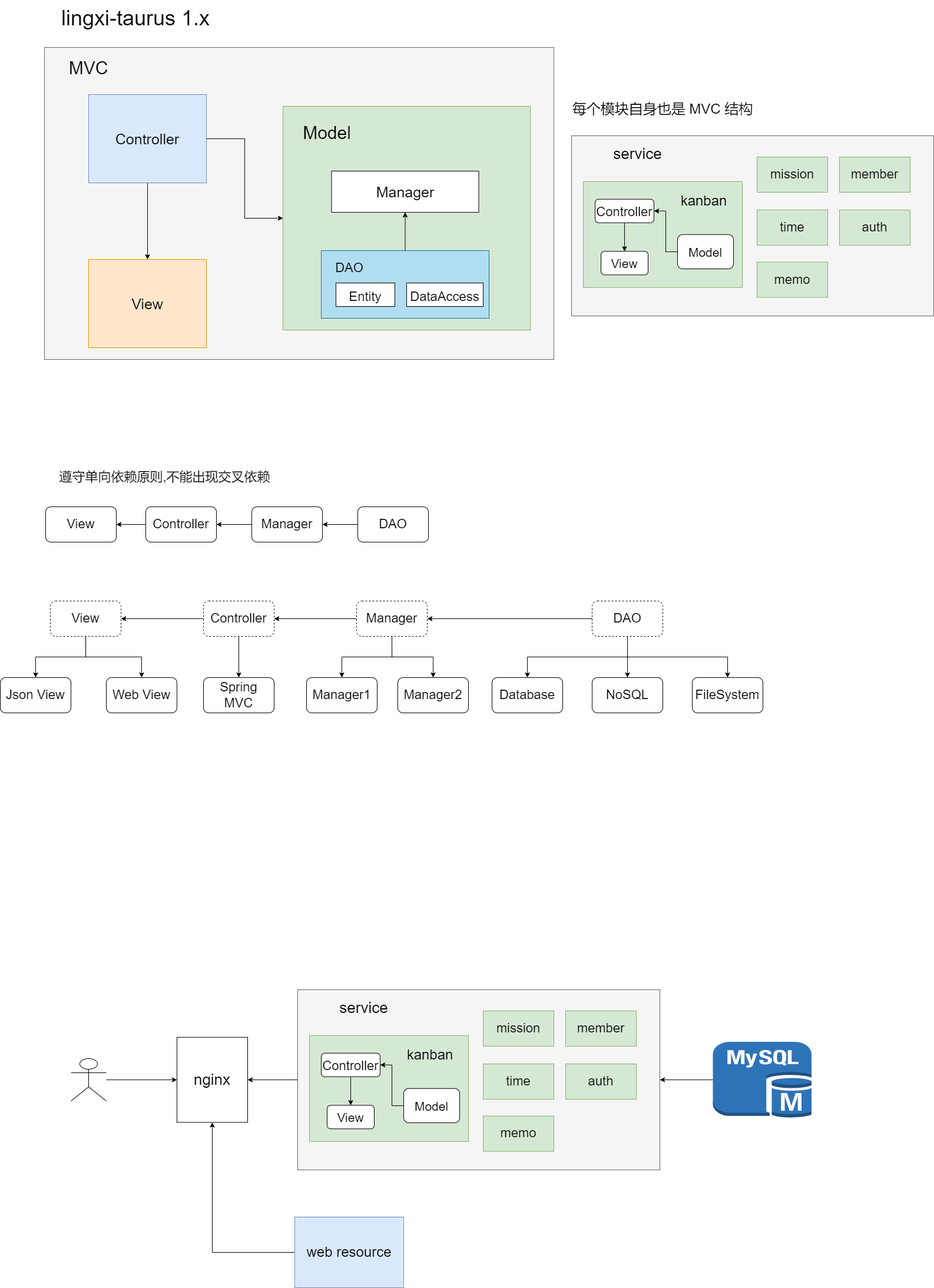
Earlier version of the draw.io export lingxi-taurus/lingxi-taurus-architecture-1,0.0.png (GitHeP/diagrams). Source tidied: cells renumbered, new cells last; positions are measured from the earlier drawing's top-left corner, leaving out a move shared by most shapes.
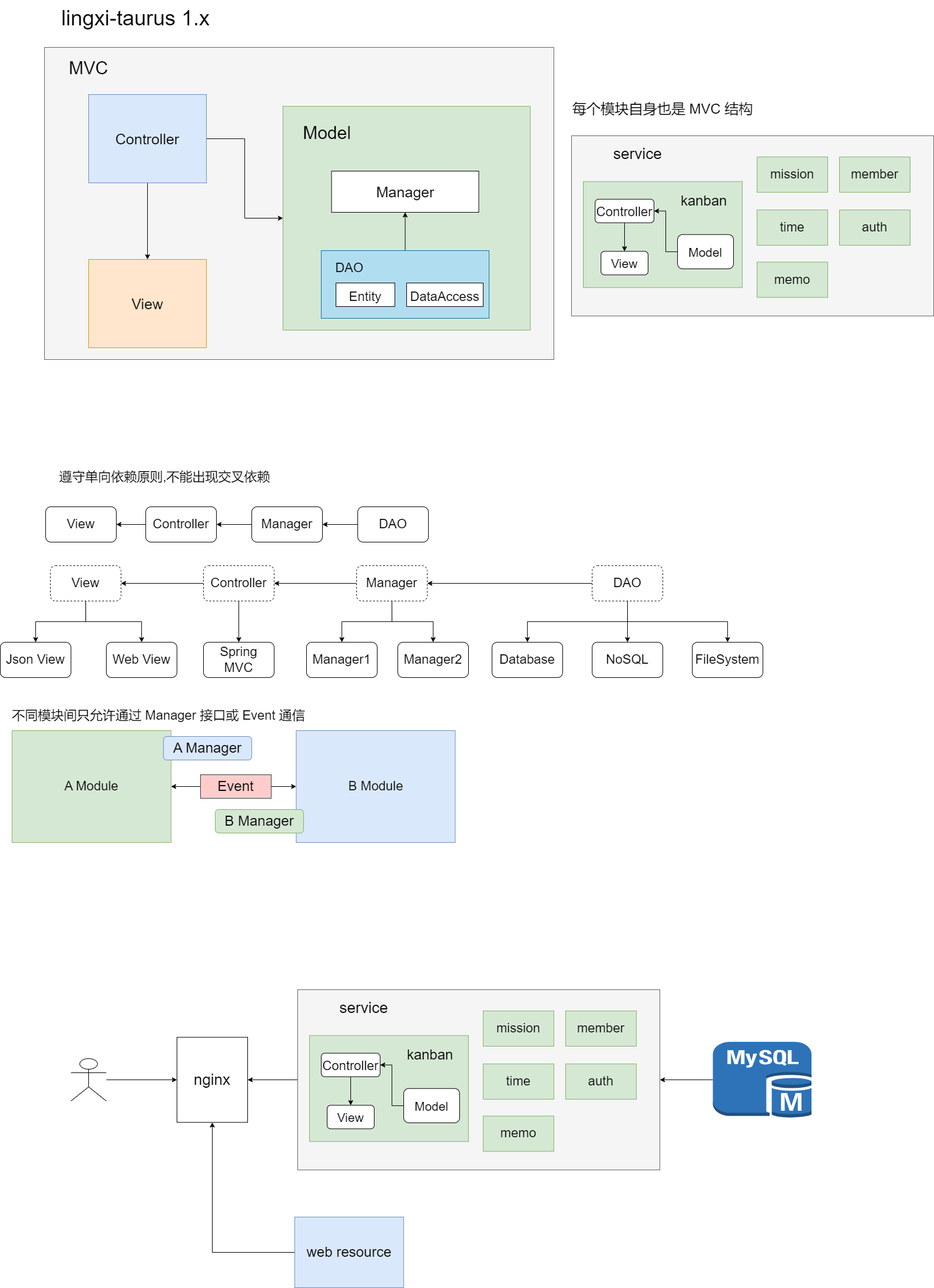
Later version of the same file.

Diff of the diagram source:
```diff
@@ -72,7 +72,7 @@
       <mxGeometry relative="1" as="geometry" />
     </mxCell>
     <mxCell id="25" value="Controller" style="rounded=1;whiteSpace=wrap;html=1;fontSize=22;dashed=1;" parent="1" vertex="1">
-      <mxGeometry x="345" y="1020" width="120" height="60" as="geometry" />
+      <mxGeometry x="345" y="960" width="120" height="60" as="geometry" />
     </mxCell>
     <mxCell id="26" style="edgeStyle=orthogonalEdgeStyle;rounded=0;jettySize=auto;html=1;exitX=0.5;exitY=1;exitDx=0;exitDy=0;fontSize=22;" parent="1" edge="1" source="29" target="38">
       <mxGeometry relative="1" as="geometry" />
@@ -84,7 +84,7 @@
       <mxGeometry relative="1" as="geometry" />
     </mxCell>
     <mxCell id="29" value="Manager" style="rounded=1;whiteSpace=wrap;html=1;fontSize=22;dashed=1;" parent="1" vertex="1">
-      <mxGeometry x="605" y="1020" width="120" height="60" as="geometry" />
+      <mxGeometry x="605" y="960" width="120" height="60" as="geometry" />
     </mxCell>
     <mxCell id="30" style="edgeStyle=orthogonalEdgeStyle;rounded=0;jettySize=auto;html=1;entryX=0.5;entryY=0;entryDx=0;entryDy=0;fontSize=22;" parent="1" edge="1" source="34" target="36">
       <mxGeometry relative="1" as="geometry" />
@@ -99,22 +99,22 @@
       <mxGeometry relative="1" as="geometry" />
     </mxCell>
     <mxCell id="34" value="DAO" style="rounded=1;whiteSpace=wrap;html=1;fontSize=22;dashed=1;" parent="1" vertex="1">
-      <mxGeometry x="1005" y="1020" width="120" height="60" as="geometry" />
+      <mxGeometry x="1005" y="960" width="120" height="60" as="geometry" />
     </mxCell>
     <mxCell id="35" value="Database" style="rounded=1;whiteSpace=wrap;html=1;fontSize=22;" parent="1" vertex="1">
-      <mxGeometry x="835" y="1150" width="120" height="60" as="geometry" />
+      <mxGeometry x="835" y="1090" width="120" height="60" as="geometry" />
     </mxCell>
     <mxCell id="36" value="NoSQL" style="rounded=1;whiteSpace=wrap;html=1;fontSize=22;" parent="1" vertex="1">
-      <mxGeometry x="1005" y="1150" width="120" height="60" as="geometry" />
+      <mxGeometry x="1005" y="1090" width="120" height="60" as="geometry" />
     </mxCell>
     <mxCell id="37" value="FileSystem" style="rounded=1;whiteSpace=wrap;html=1;fontSize=22;" parent="1" vertex="1">
-      <mxGeometry x="1175" y="1150" width="120" height="60" as="geometry" />
+      <mxGeometry x="1175" y="1090" width="120" height="60" as="geometry" />
     </mxCell>
     <mxCell id="38" value="Manager1" style="rounded=1;whiteSpace=wrap;html=1;fontSize=22;" parent="1" vertex="1">
-      <mxGeometry x="520" y="1150" width="120" height="60" as="geometry" />
+      <mxGeometry x="520" y="1090" width="120" height="60" as="geometry" />
     </mxCell>
     <mxCell id="39" value="Manager2" style="rounded=1;whiteSpace=wrap;html=1;fontSize=22;" parent="1" vertex="1">
-      <mxGeometry x="675" y="1150" width="120" height="60" as="geometry" />
+      <mxGeometry x="675" y="1090" width="120" height="60" as="geometry" />
     </mxCell>
     <mxCell id="40" value="View" style="rounded=1;whiteSpace=wrap;html=1;fontSize=22;" parent="1" vertex="1">
       <mxGeometry x="77" y="860" width="120" height="60" as="geometry" />
@@ -126,16 +126,16 @@
       <mxGeometry relative="1" as="geometry" />
     </mxCell>
     <mxCell id="43" value="View" style="rounded=1;whiteSpace=wrap;html=1;fontSize=22;dashed=1;" parent="1" vertex="1">
-      <mxGeometry x="85" y="1020" width="120" height="60" as="geometry" />
+      <mxGeometry x="85" y="960" width="120" height="60" as="geometry" />
     </mxCell>
     <mxCell id="44" value="Json View" style="rounded=1;whiteSpace=wrap;html=1;fontSize=22;" parent="1" vertex="1">
-      <mxGeometry y="1150" width="120" height="60" as="geometry" />
+      <mxGeometry y="1090" width="120" height="60" as="geometry" />
     </mxCell>
     <mxCell id="45" value="Web View" style="rounded=1;whiteSpace=wrap;html=1;fontSize=22;" parent="1" vertex="1">
-      <mxGeometry x="180" y="1150" width="120" height="60" as="geometry" />
+      <mxGeometry x="180" y="1090" width="120" height="60" as="geometry" />
     </mxCell>
     <mxCell id="46" value="Spring MVC" style="rounded=1;whiteSpace=wrap;html=1;fontSize=22;" parent="1" vertex="1">
-      <mxGeometry x="345" y="1150" width="120" height="60" as="geometry" />
+      <mxGeometry x="345" y="1090" width="120" height="60" as="geometry" />
     </mxCell>
     <mxCell id="47" style="edgeStyle=orthogonalEdgeStyle;rounded=0;jettySize=auto;html=1;entryX=1;entryY=0.5;entryDx=0;entryDy=0;fontSize=26;" parent="1" edge="1" source="48" target="58">
       <mxGeometry relative="1" as="geometry" />
@@ -261,5 +261,29 @@
     <mxCell id="86" value="&lt;font style=&quot;font-size: 24px;&quot;&gt;每个模块自身也是 MVC 结构&lt;/font&gt;" style="text;html=1;strokeColor=none;fillColor=none;align=center;verticalAlign=middle;whiteSpace=wrap;rounded=0;fontSize=36;" parent="1" vertex="1">
       <mxGeometry x="970" y="150" width="310" height="60" as="geometry" />
     </mxCell>
+    <mxCell id="87" value="A Module" style="rounded=0;whiteSpace=wrap;html=1;fontSize=22;fillColor=#d5e8d4;strokeColor=#82b366;" parent="1" vertex="1">
+      <mxGeometry x="20" y="1240" width="270" height="190" as="geometry" />
+    </mxCell>
+    <mxCell id="88" value="B Module" style="rounded=0;whiteSpace=wrap;html=1;fontSize=22;fillColor=#dae8fc;strokeColor=#6c8ebf;" parent="1" vertex="1">
+      <mxGeometry x="502.5" y="1240" width="270" height="190" as="geometry" />
+    </mxCell>
+    <mxCell id="89" value="A Manager" style="rounded=1;whiteSpace=wrap;html=1;fontSize=24;fillColor=#dae8fc;strokeColor=#6c8ebf;" parent="1" vertex="1">
+      <mxGeometry x="277" y="1250" width="150" height="40" as="geometry" />
+    </mxCell>
+    <mxCell id="90" value="B Manager" style="rounded=1;whiteSpace=wrap;html=1;fontSize=24;fillColor=#d5e8d4;strokeColor=#82b366;" parent="1" vertex="1">
+      <mxGeometry x="365" y="1374" width="150" height="40" as="geometry" />
+    </mxCell>
+    <mxCell id="91" style="edgeStyle=orthogonalEdgeStyle;rounded=0;jettySize=auto;html=1;entryX=0;entryY=0.5;entryDx=0;entryDy=0;fontSize=24;" parent="1" edge="1" source="93" target="88">
+      <mxGeometry relative="1" as="geometry" />
+    </mxCell>
+    <mxCell id="92" style="edgeStyle=orthogonalEdgeStyle;rounded=0;jettySize=auto;html=1;entryX=1;entryY=0.5;entryDx=0;entryDy=0;fontSize=24;" parent="1" edge="1" source="93" target="87">
+      <mxGeometry relative="1" as="geometry" />
+    </mxCell>
+    <mxCell id="93" value="Event" style="rounded=0;whiteSpace=wrap;html=1;fontSize=24;fillColor=#ffcccc;strokeColor=#36393d;" parent="1" vertex="1">
+      <mxGeometry x="340" y="1315" width="120" height="40" as="geometry" />
+    </mxCell>
+    <mxCell id="94" value="不同模块间只允许通过 Manager 接口或 Event 通信" style="text;html=1;strokeColor=none;fillColor=none;align=center;verticalAlign=middle;whiteSpace=wrap;rounded=0;fontSize=22;" parent="1" vertex="1">
+      <mxGeometry x="10" y="1200" width="518" height="30" as="geometry" />
+    </mxCell>
   </root>
 </mxGraphModel>
```
